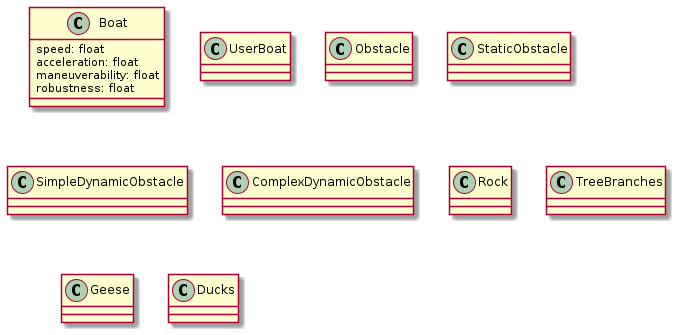
Before: main.png, a diagram exported from PlantUML (Team-13-RLC/umlClassDiagram). Its diagram source:
```plantuml
@startuml
class Boat {
    {field} speed: float
            acceleration: float
            maneuverability: float
            robustness: float
}

class UserBoat {

}

class Obstacle {

}

class StaticObstacle {

}

class SimpleDynamicObstacle {

}

class ComplexDynamicObstacle {

}

class Rock {

}

class TreeBranches {

}

class Geese {

}

class Ducks {

}
@enduml
```
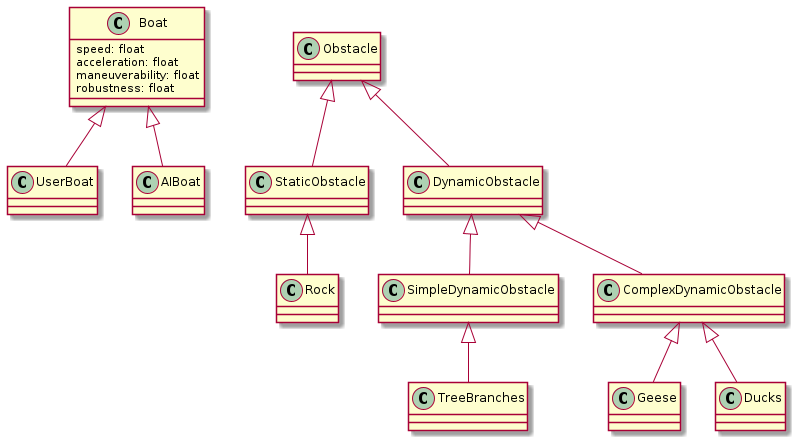
The same file after the commit.

Change to the diagram source:
```diff
@@ -10,11 +10,19 @@
 
 }
 
+class AIBoat{
+
+}
+
 class Obstacle {
 
 }
 
 class StaticObstacle {
+
+}
+
+class DynamicObstacle {
 
 }
 
@@ -41,4 +49,19 @@
 class Ducks {
 
 }
+
+Boat <|-- UserBoat
+Boat <|-- AIBoat
+
+
+Obstacle <|-- StaticObstacle
+Obstacle <|-- DynamicObstacle
+DynamicObstacle <|-- ComplexDynamicObstacle
+DynamicObstacle <|-- SimpleDynamicObstacle
+StaticObstacle <|-- Rock
+SimpleDynamicObstacle <|-- TreeBranches
+ComplexDynamicObstacle <|-- Geese
+ComplexDynamicObstacle <|-- Ducks
+
+
 @enduml
```
